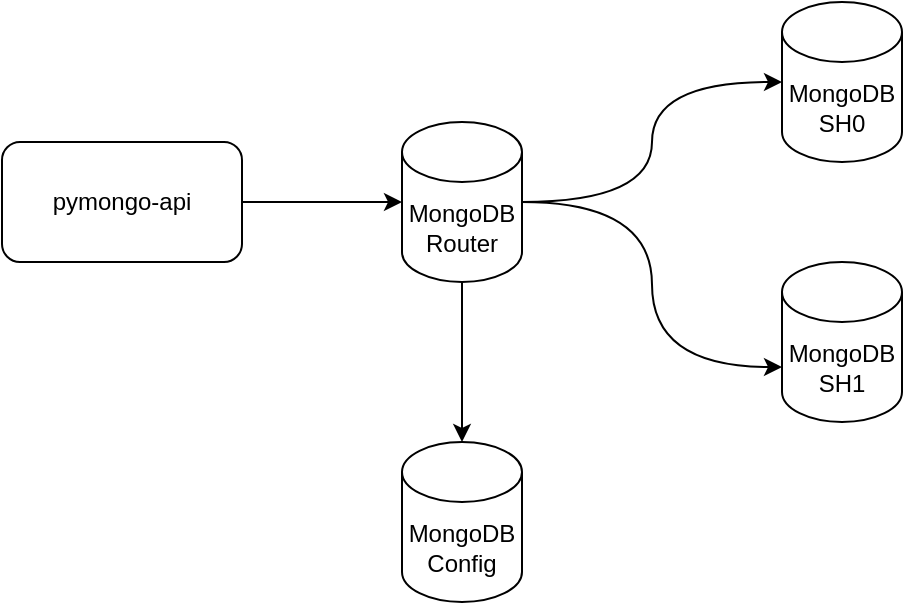
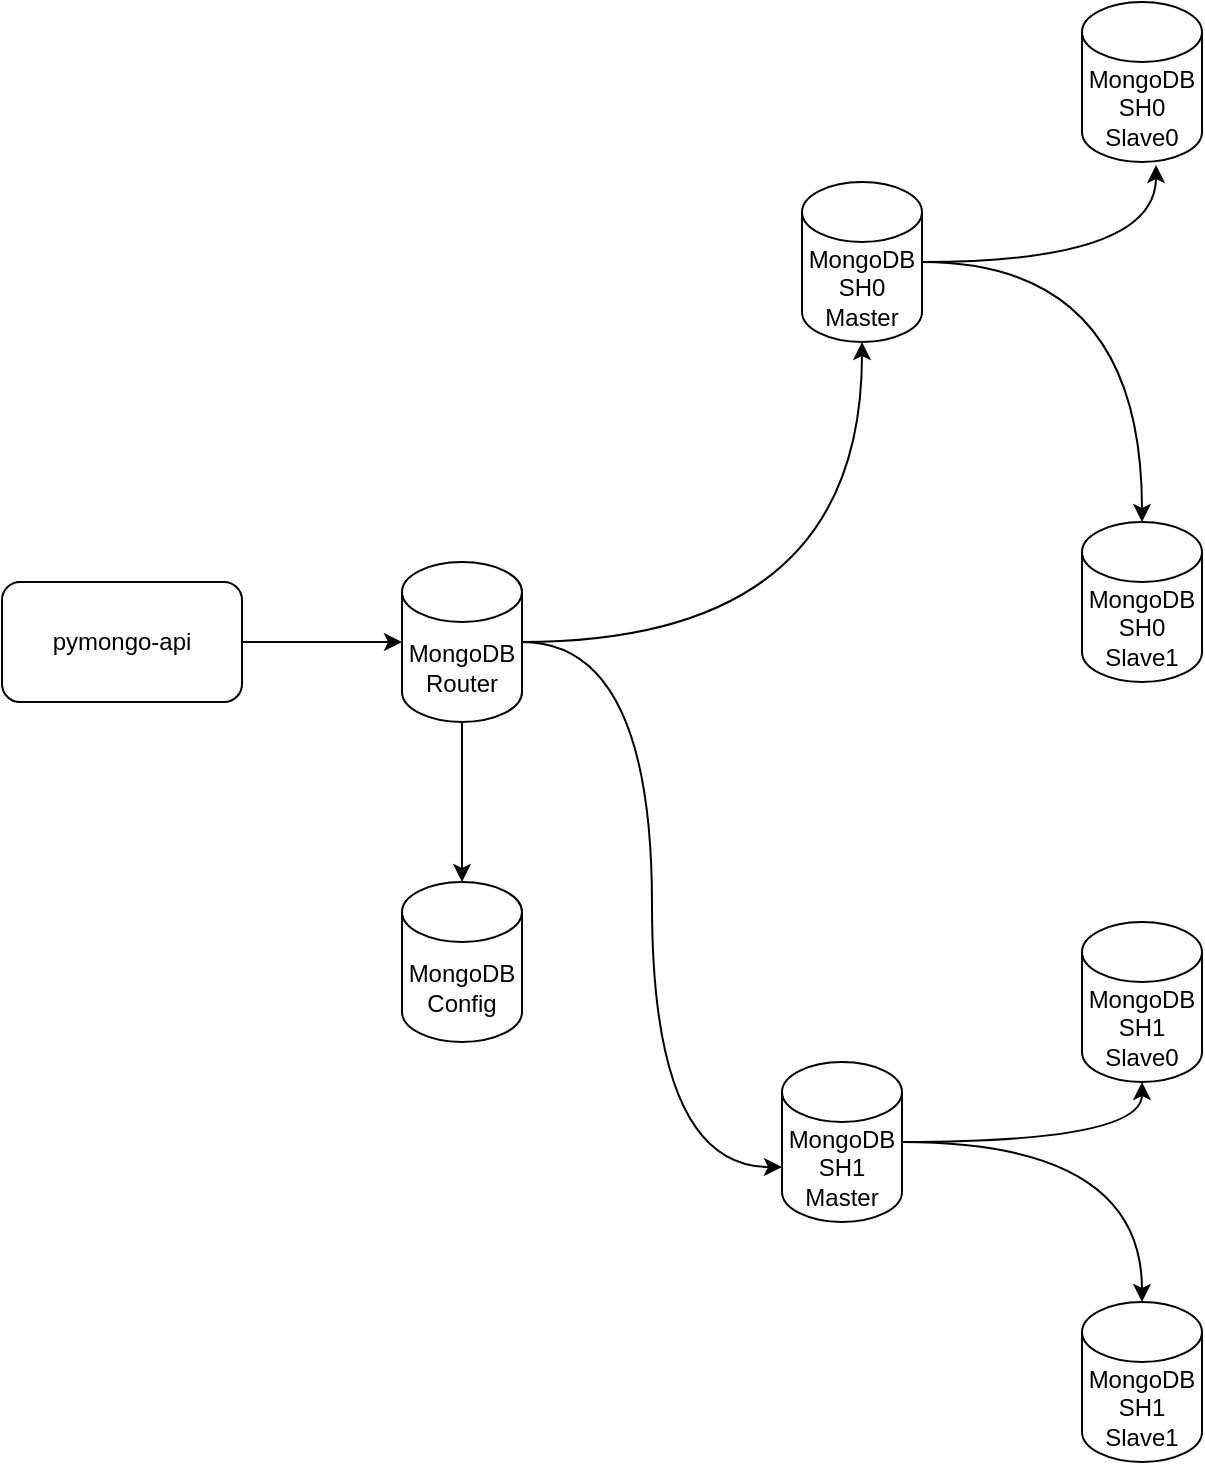
<mxfile host="Electron" agent="Mozilla/5.0 (Windows NT 10.0; Win64; x64) AppleWebKit/537.36 (KHTML, like Gecko) draw.io/29.0.3 Chrome/140.0.7339.249 Electron/38.7.0 Safari/537.36" version="29.0.3">
  <diagram name="Page-1" id="-H_mtQnk-PTXWXPvYvuk">
    <mxGraphModel dx="1025" dy="610" grid="1" gridSize="10" guides="1" tooltips="1" connect="1" arrows="1" fold="1" page="1" pageScale="1" pageWidth="1169" pageHeight="827" math="0" shadow="0">
      <root>
        <mxCell id="0" />
        <mxCell id="1" parent="0" />
-         <mxCell id="wauGV3qtIze7VnnCB_9r-5" style="edgeStyle=orthogonalEdgeStyle;rounded=0;orthogonalLoop=1;jettySize=auto;html=1;curved=1;" edge="1" parent="1" source="zA23MoTUsTF4_91t8viU-2" target="wauGV3qtIze7VnnCB_9r-2">
+         <mxCell id="wauGV3qtIze7VnnCB_9r-5" style="edgeStyle=orthogonalEdgeStyle;rounded=0;orthogonalLoop=1;jettySize=auto;html=1;curved=1;" parent="1" source="zA23MoTUsTF4_91t8viU-2" target="wauGV3qtIze7VnnCB_9r-2" edge="1">
          <mxGeometry relative="1" as="geometry" />
        </mxCell>
-         <mxCell id="wauGV3qtIze7VnnCB_9r-7" style="edgeStyle=orthogonalEdgeStyle;rounded=0;orthogonalLoop=1;jettySize=auto;html=1;" edge="1" parent="1" source="zA23MoTUsTF4_91t8viU-2" target="wauGV3qtIze7VnnCB_9r-4">
+         <mxCell id="wauGV3qtIze7VnnCB_9r-7" style="edgeStyle=orthogonalEdgeStyle;rounded=0;orthogonalLoop=1;jettySize=auto;html=1;" parent="1" source="zA23MoTUsTF4_91t8viU-2" target="wauGV3qtIze7VnnCB_9r-4" edge="1">
          <mxGeometry relative="1" as="geometry" />
        </mxCell>
        <mxCell id="zA23MoTUsTF4_91t8viU-2" value="MongoDB&lt;br&gt;Router" style="shape=cylinder3;whiteSpace=wrap;html=1;boundedLbl=1;backgroundOutline=1;size=15;" parent="1" vertex="1">
          <mxGeometry x="560" y="280" width="60" height="80" as="geometry" />
        </mxCell>
        <mxCell id="zA23MoTUsTF4_91t8viU-3" value="pymongo-api" style="rounded=1;whiteSpace=wrap;html=1;" parent="1" vertex="1">
          <mxGeometry x="360" y="290" width="120" height="60" as="geometry" />
        </mxCell>
        <mxCell id="zA23MoTUsTF4_91t8viU-4" style="edgeStyle=orthogonalEdgeStyle;rounded=0;orthogonalLoop=1;jettySize=auto;html=1;exitX=1;exitY=0.5;exitDx=0;exitDy=0;entryX=0;entryY=0.5;entryDx=0;entryDy=0;entryPerimeter=0;" parent="1" source="zA23MoTUsTF4_91t8viU-3" target="zA23MoTUsTF4_91t8viU-2" edge="1">
          <mxGeometry relative="1" as="geometry" />
        </mxCell>
-         <mxCell id="wauGV3qtIze7VnnCB_9r-2" value="MongoDB SH0" style="shape=cylinder3;whiteSpace=wrap;html=1;boundedLbl=1;backgroundOutline=1;size=15;" vertex="1" parent="1">
-           <mxGeometry x="750" y="220" width="60" height="80" as="geometry" />
+         <mxCell id="wauGV3qtIze7VnnCB_9r-2" value="MongoDB SH0 Master" style="shape=cylinder3;whiteSpace=wrap;html=1;boundedLbl=1;backgroundOutline=1;size=15;" parent="1" vertex="1">
+           <mxGeometry x="760" y="90" width="60" height="80" as="geometry" />
        </mxCell>
-         <mxCell id="wauGV3qtIze7VnnCB_9r-3" value="MongoDB SH1" style="shape=cylinder3;whiteSpace=wrap;html=1;boundedLbl=1;backgroundOutline=1;size=15;" vertex="1" parent="1">
-           <mxGeometry x="750" y="350" width="60" height="80" as="geometry" />
+         <mxCell id="23dfMqQFomph7aeoreu1-9" style="edgeStyle=orthogonalEdgeStyle;rounded=0;orthogonalLoop=1;jettySize=auto;html=1;curved=1;entryX=0.5;entryY=1;entryDx=0;entryDy=0;entryPerimeter=0;" edge="1" parent="1" source="wauGV3qtIze7VnnCB_9r-3" target="23dfMqQFomph7aeoreu1-6">
+           <mxGeometry relative="1" as="geometry" />
        </mxCell>
-         <mxCell id="wauGV3qtIze7VnnCB_9r-4" value="MongoDB&lt;br&gt;Config" style="shape=cylinder3;whiteSpace=wrap;html=1;boundedLbl=1;backgroundOutline=1;size=15;" vertex="1" parent="1">
+         <mxCell id="23dfMqQFomph7aeoreu1-10" style="edgeStyle=orthogonalEdgeStyle;rounded=0;orthogonalLoop=1;jettySize=auto;html=1;curved=1;" edge="1" parent="1" source="wauGV3qtIze7VnnCB_9r-3" target="23dfMqQFomph7aeoreu1-5">
+           <mxGeometry relative="1" as="geometry" />
+         </mxCell>
+         <mxCell id="wauGV3qtIze7VnnCB_9r-3" value="MongoDB SH1 Master" style="shape=cylinder3;whiteSpace=wrap;html=1;boundedLbl=1;backgroundOutline=1;size=15;" parent="1" vertex="1">
+           <mxGeometry x="750" y="530" width="60" height="80" as="geometry" />
+         </mxCell>
+         <mxCell id="wauGV3qtIze7VnnCB_9r-4" value="MongoDB&lt;br&gt;Config" style="shape=cylinder3;whiteSpace=wrap;html=1;boundedLbl=1;backgroundOutline=1;size=15;" parent="1" vertex="1">
          <mxGeometry x="560" y="440" width="60" height="80" as="geometry" />
        </mxCell>
-         <mxCell id="wauGV3qtIze7VnnCB_9r-6" style="edgeStyle=orthogonalEdgeStyle;rounded=0;orthogonalLoop=1;jettySize=auto;html=1;entryX=0;entryY=0;entryDx=0;entryDy=52.5;entryPerimeter=0;curved=1;" edge="1" parent="1" source="zA23MoTUsTF4_91t8viU-2" target="wauGV3qtIze7VnnCB_9r-3">
+         <mxCell id="wauGV3qtIze7VnnCB_9r-6" style="edgeStyle=orthogonalEdgeStyle;rounded=0;orthogonalLoop=1;jettySize=auto;html=1;entryX=0;entryY=0;entryDx=0;entryDy=52.5;entryPerimeter=0;curved=1;" parent="1" source="zA23MoTUsTF4_91t8viU-2" target="wauGV3qtIze7VnnCB_9r-3" edge="1">
+           <mxGeometry relative="1" as="geometry" />
+         </mxCell>
+         <mxCell id="23dfMqQFomph7aeoreu1-1" value="MongoDB SH0 Slave0" style="shape=cylinder3;whiteSpace=wrap;html=1;boundedLbl=1;backgroundOutline=1;size=15;" vertex="1" parent="1">
+           <mxGeometry x="900" width="60" height="80" as="geometry" />
+         </mxCell>
+         <mxCell id="23dfMqQFomph7aeoreu1-4" value="MongoDB SH0 Slave1" style="shape=cylinder3;whiteSpace=wrap;html=1;boundedLbl=1;backgroundOutline=1;size=15;" vertex="1" parent="1">
+           <mxGeometry x="900" y="260" width="60" height="80" as="geometry" />
+         </mxCell>
+         <mxCell id="23dfMqQFomph7aeoreu1-5" value="MongoDB SH1 Slave1" style="shape=cylinder3;whiteSpace=wrap;html=1;boundedLbl=1;backgroundOutline=1;size=15;" vertex="1" parent="1">
+           <mxGeometry x="900" y="650" width="60" height="80" as="geometry" />
+         </mxCell>
+         <mxCell id="23dfMqQFomph7aeoreu1-6" value="MongoDB SH1 Slave0" style="shape=cylinder3;whiteSpace=wrap;html=1;boundedLbl=1;backgroundOutline=1;size=15;" vertex="1" parent="1">
+           <mxGeometry x="900" y="460" width="60" height="80" as="geometry" />
+         </mxCell>
+         <mxCell id="23dfMqQFomph7aeoreu1-7" style="edgeStyle=orthogonalEdgeStyle;rounded=0;orthogonalLoop=1;jettySize=auto;html=1;entryX=0.617;entryY=1.019;entryDx=0;entryDy=0;entryPerimeter=0;curved=1;" edge="1" parent="1" source="wauGV3qtIze7VnnCB_9r-2" target="23dfMqQFomph7aeoreu1-1">
+           <mxGeometry relative="1" as="geometry" />
+         </mxCell>
+         <mxCell id="23dfMqQFomph7aeoreu1-8" style="edgeStyle=orthogonalEdgeStyle;rounded=0;orthogonalLoop=1;jettySize=auto;html=1;curved=1;" edge="1" parent="1" source="wauGV3qtIze7VnnCB_9r-2" target="23dfMqQFomph7aeoreu1-4">
          <mxGeometry relative="1" as="geometry" />
        </mxCell>
      </root>
    </mxGraphModel>
  </diagram>
</mxfile>
